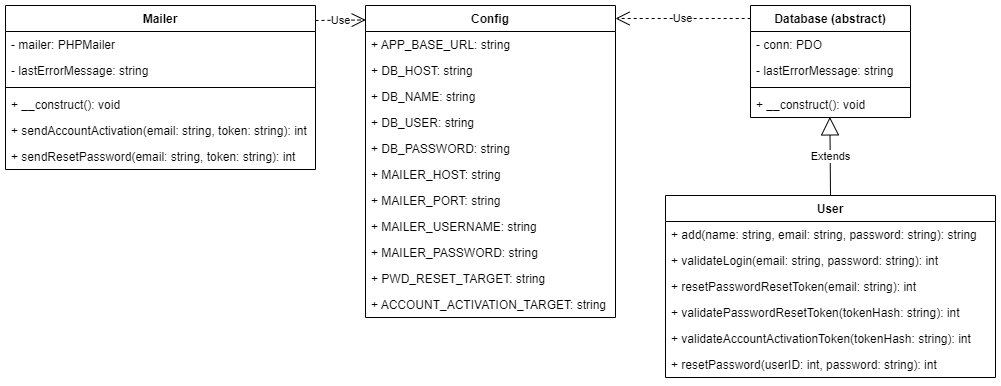
This is docs/class_diagram.png from arturomorarioja/php_signup_login, a draw.io export, as it was before one commit. Source tidied: cells renumbered, new cells last; positions are measured from the earlier drawing's top-left corner, leaving out a move shared by most shapes.
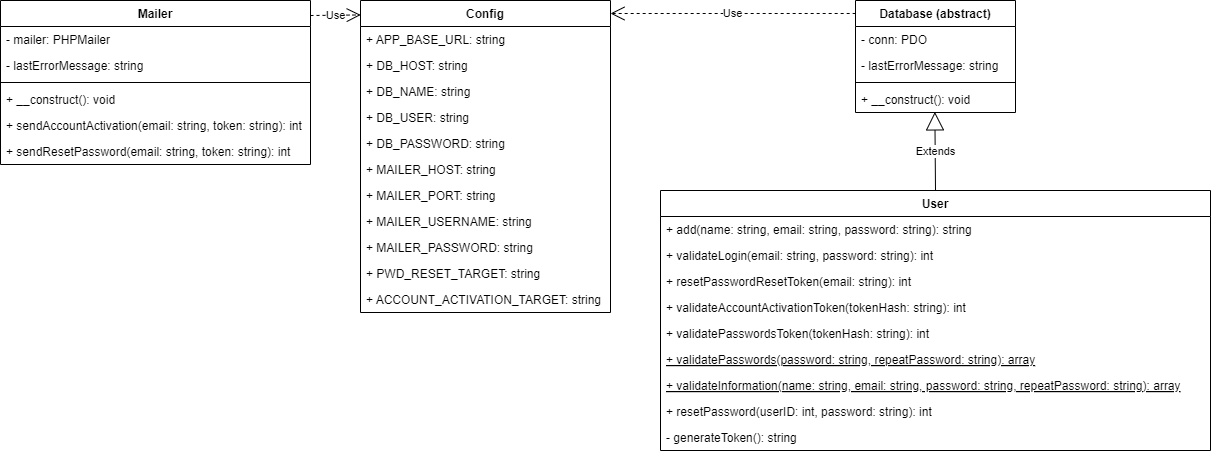
After the commit.

What changed in the source:
```diff
@@ -39,7 +39,7 @@
       <mxGeometry y="286" width="250" height="26" as="geometry" />
     </mxCell>
     <mxCell id="14" value="Database (abstract)" style="swimlane;fontStyle=1;align=center;verticalAlign=top;horizontal=1;startSize=26;" parent="1" vertex="1">
-      <mxGeometry x="745" width="160" height="112" as="geometry" />
+      <mxGeometry x="855" width="160" height="112" as="geometry" />
     </mxCell>
     <mxCell id="15" value="- conn: PDO" style="text;strokeColor=none;fillColor=none;align=left;verticalAlign=top;spacingLeft=4;spacingRight=4;overflow=hidden;" parent="14" vertex="1">
       <mxGeometry y="26" width="160" height="26" as="geometry" />
@@ -54,26 +54,35 @@
       <mxGeometry y="86" width="160" height="26" as="geometry" />
     </mxCell>
     <mxCell id="19" value="User" style="swimlane;fontStyle=1;align=center;verticalAlign=top;horizontal=1;startSize=26;" parent="1" vertex="1">
-      <mxGeometry x="660" y="190" width="330" height="182" as="geometry" />
+      <mxGeometry x="660" y="190" width="550" height="260" as="geometry" />
     </mxCell>
     <mxCell id="20" value="+ add(name: string, email: string, password: string): string" style="text;strokeColor=none;fillColor=none;align=left;verticalAlign=top;spacingLeft=4;spacingRight=4;overflow=hidden;" parent="19" vertex="1">
-      <mxGeometry y="26" width="330" height="26" as="geometry" />
+      <mxGeometry y="26" width="550" height="26" as="geometry" />
     </mxCell>
     <mxCell id="21" value="+ validateLogin(email: string, password: string): int" style="text;strokeColor=none;fillColor=none;align=left;verticalAlign=top;spacingLeft=4;spacingRight=4;overflow=hidden;" parent="19" vertex="1">
-      <mxGeometry y="52" width="330" height="26" as="geometry" />
+      <mxGeometry y="52" width="550" height="26" as="geometry" />
     </mxCell>
     <mxCell id="22" value="+ resetPasswordResetToken(email: string): int" style="text;strokeColor=none;fillColor=none;align=left;verticalAlign=top;spacingLeft=4;spacingRight=4;overflow=hidden;" parent="19" vertex="1">
-      <mxGeometry y="78" width="330" height="26" as="geometry" />
+      <mxGeometry y="78" width="550" height="26" as="geometry" />
     </mxCell>
+    <mxCell id="24" value="+ validateAccountActivationToken(tokenHash: string): int" style="text;strokeColor=none;fillColor=none;align=left;verticalAlign=top;spacingLeft=4;spacingRight=4;overflow=hidden;" parent="19" vertex="1">
+      <mxGeometry y="104" width="550" height="26" as="geometry" />
+    </mxCell>
+    <mxCell id="36" value="+ validatePasswordsToken(tokenHash: string): int" style="text;strokeColor=none;fillColor=none;align=left;verticalAlign=top;spacingLeft=4;spacingRight=4;overflow=hidden;" parent="19" vertex="1">
+      <mxGeometry y="130" width="550" height="26" as="geometry" />
+    </mxCell>
-    <mxCell id="23" value="+ validatePasswordResetToken(tokenHash: string): int" style="text;strokeColor=none;fillColor=none;align=left;verticalAlign=top;spacingLeft=4;spacingRight=4;overflow=hidden;" parent="19" vertex="1">
-      <mxGeometry y="104" width="330" height="26" as="geometry" />
+    <mxCell id="23" value="+ validatePasswords(password: string, repeatPassword: string): array" style="text;strokeColor=none;fillColor=none;align=left;verticalAlign=top;spacingLeft=4;spacingRight=4;overflow=hidden;fontStyle=4;" parent="19" vertex="1">
+      <mxGeometry y="156" width="550" height="26" as="geometry" />
     </mxCell>
-    <mxCell id="24" value="+ validateAccountActivationToken(tokenHash: string): int" style="text;strokeColor=none;fillColor=none;align=left;verticalAlign=top;spacingLeft=4;spacingRight=4;overflow=hidden;" parent="19" vertex="1">
-      <mxGeometry y="130" width="330" height="26" as="geometry" />
-    </mxCell>
-    <mxCell id="25" value="+ resetPassword(userID: int, password: string): int" style="text;strokeColor=none;fillColor=none;align=left;verticalAlign=top;spacingLeft=4;spacingRight=4;overflow=hidden;" parent="19" vertex="1">
-      <mxGeometry y="156" width="330" height="26" as="geometry" />
+    <mxCell id="25" value="+ validateInformation(name: string, email: string, password: string, repeatPassword: string): array" style="text;strokeColor=none;fillColor=none;align=left;verticalAlign=top;spacingLeft=4;spacingRight=4;overflow=hidden;fontStyle=4;" parent="19" vertex="1">
+      <mxGeometry y="182" width="550" height="26" as="geometry" />
     </mxCell>
+    <mxCell id="37" value="+ resetPassword(userID: int, password: string): int" style="text;strokeColor=none;fillColor=none;align=left;verticalAlign=top;spacingLeft=4;spacingRight=4;overflow=hidden;" parent="19" vertex="1">
+      <mxGeometry y="208" width="550" height="26" as="geometry" />
+    </mxCell>
+    <mxCell id="38" value="- generateToken(): string" style="text;strokeColor=none;fillColor=none;align=left;verticalAlign=top;spacingLeft=4;spacingRight=4;overflow=hidden;" parent="19" vertex="1">
+      <mxGeometry y="234" width="550" height="26" as="geometry" />
+    </mxCell>
     <mxCell id="26" value="Mailer" style="swimlane;fontStyle=1;align=center;verticalAlign=top;horizontal=1;startSize=26;" parent="1" vertex="1">
       <mxGeometry width="310" height="164" as="geometry" />
     </mxCell>
```
